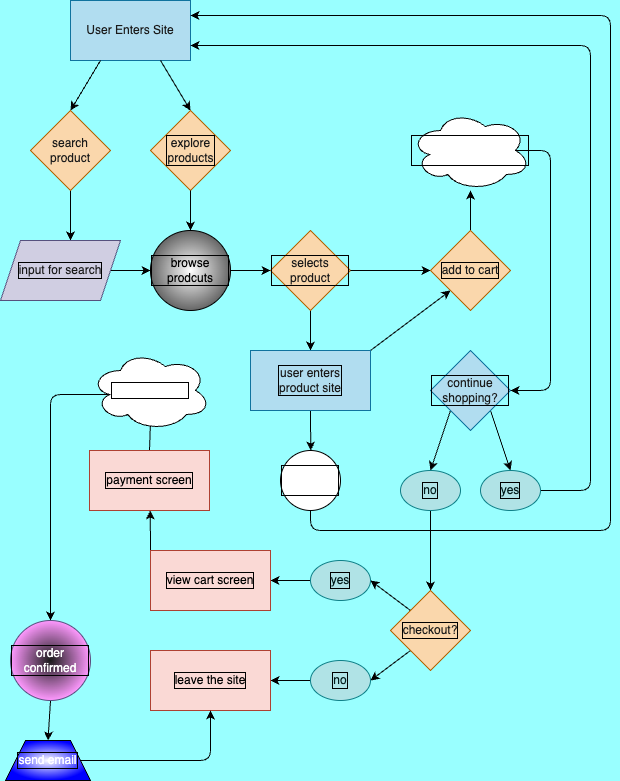
This is explore/diagramming/diagram.drawio.png from NirvekPanda/sp24-cse110-lab4, a draw.io export, as it was before one commit. Source tidied: cells renumbered, new cells last; positions are measured from the earlier drawing's top-left corner, leaving out a move shared by most shapes.
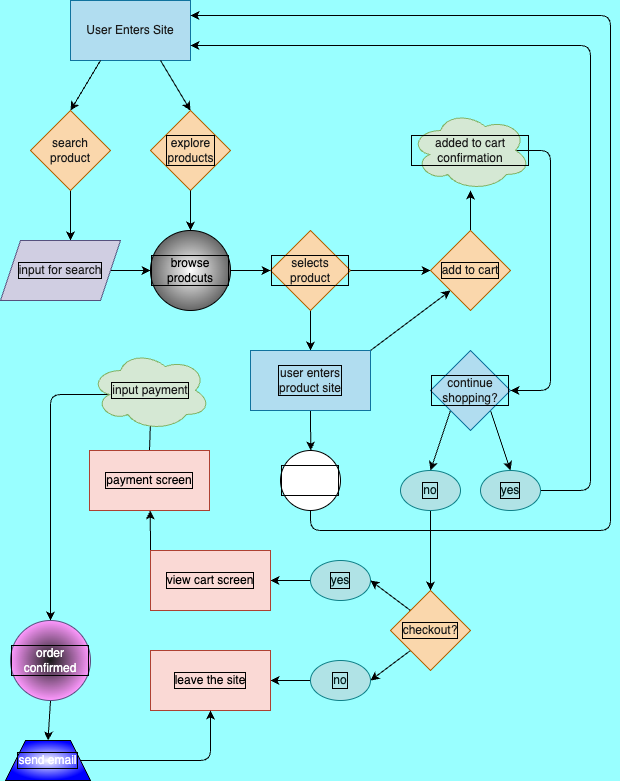
The same file after the commit.

What changed in the source:
```diff
@@ -112,7 +112,7 @@
         </Array>
       </mxGeometry>
     </mxCell>
-    <mxCell id="32" value="added to cart confirmation" style="ellipse;shape=cloud;whiteSpace=wrap;html=1;labelBackgroundColor=none;labelBorderColor=default;fontColor=#FFFFFF;fillColor=default;gradientColor=none;gradientDirection=radial;" parent="1" vertex="1">
+    <mxCell id="32" value="added to cart confirmation" style="ellipse;shape=cloud;whiteSpace=wrap;html=1;labelBackgroundColor=none;labelBorderColor=default;fillColor=#d5e8d4;gradientColor=none;gradientDirection=radial;strokeColor=#82b366;fontColor=#1A1A1A;" parent="1" vertex="1">
       <mxGeometry x="410" y="110" width="120" height="80" as="geometry" />
     </mxCell>
     <mxCell id="33" style="edgeStyle=none;html=1;exitX=0;exitY=0;exitDx=0;exitDy=0;entryX=1;entryY=0.5;entryDx=0;entryDy=0;fontColor=#1A1A1A;" parent="1" edge="1" source="35" target="39">
@@ -185,7 +185,7 @@
     <mxCell id="50" value="send email" style="shape=trapezoid;perimeter=trapezoidPerimeter;whiteSpace=wrap;html=1;fixedSize=1;labelBackgroundColor=none;labelBorderColor=default;fontColor=#FFFFFF;fillColor=default;gradientColor=#0000FF;gradientDirection=radial;" parent="1" vertex="1">
       <mxGeometry x="5" y="740" width="85" height="40" as="geometry" />
     </mxCell>
-    <mxCell id="51" value="input payment" style="ellipse;shape=cloud;whiteSpace=wrap;html=1;labelBackgroundColor=none;labelBorderColor=default;fontColor=#FFFFFF;fillColor=default;gradientColor=none;gradientDirection=radial;" parent="1" vertex="1">
+    <mxCell id="51" value="input payment" style="ellipse;shape=cloud;whiteSpace=wrap;html=1;labelBackgroundColor=none;labelBorderColor=default;fillColor=#d5e8d4;gradientColor=none;gradientDirection=radial;strokeColor=#82b366;fontColor=#1A1A1A;" parent="1" vertex="1">
       <mxGeometry x="90" y="350" width="120" height="80" as="geometry" />
     </mxCell>
   </root>
```
